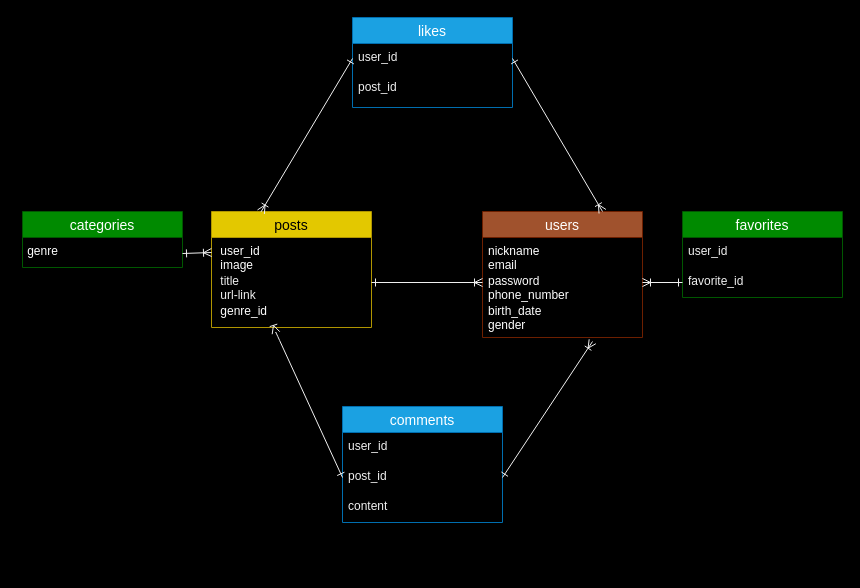
This is ER.dio from k-en7188i/original-app1, a draw.io file, before an edit. Source tidied: cells renumbered, new cells numbered last; positions are measured from the earlier drawing's top-left corner, leaving out a move shared by most shapes. Both pictures are drawn from the tidied source at 100%, with x=0, y=0 at pixel (17, 17).
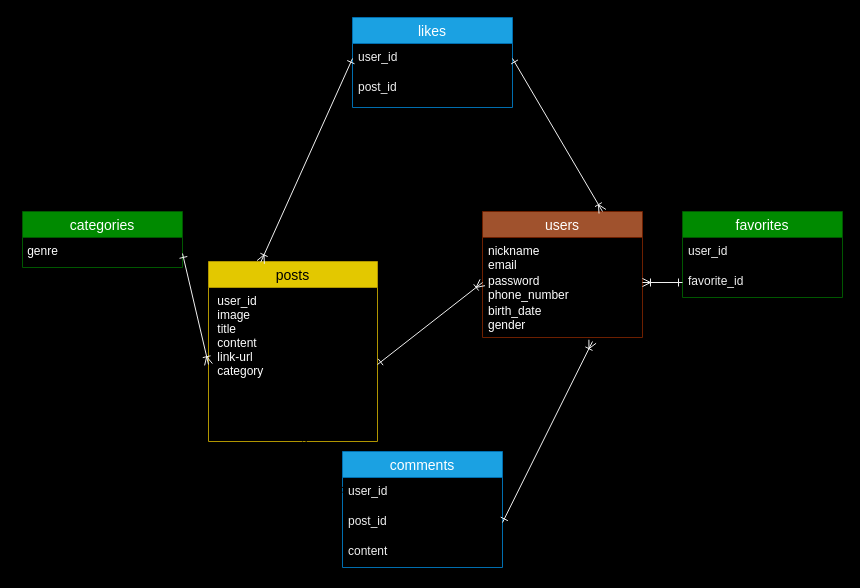
After the change.

The change refers to these unchanged cells:
```xml
<mxCell id="8" value="post_id" style="text;strokeColor=none;fillColor=none;spacingLeft=4;spacingRight=4;overflow=hidden;points=[[0,0.5],[1,0.5]];portConstraint=eastwest;fontSize=12;fontColor=#F0F0F0;" parent="6" vertex="1">
  <mxGeometry y="56" width="160" height="30" as="geometry" />
</mxCell>
<mxCell id="15" value="password&#10;phone_number&#10;" style="text;strokeColor=none;fillColor=none;spacingLeft=4;spacingRight=4;overflow=hidden;points=[[0,0.5],[1,0.5]];portConstraint=eastwest;fontSize=12;fontColor=#FFFFFF;" parent="13" vertex="1">
  <mxGeometry y="56" width="160" height="30" as="geometry" />
</mxCell>
```

The edit, as a diff of the source:
```diff
@@
     <mxCell id="2" value="posts" style="swimlane;fontStyle=0;horizontal=1;startSize=26;align=center;fontSize=14;fillColor=#e3c800;fontColor=#000000;strokeColor=#B09500;" parent="1" vertex="1">
-      <mxGeometry x="194" y="194" width="160" height="116" as="geometry" />
+      <mxGeometry x="191" y="244" width="169" height="180" as="geometry" />
     </mxCell>
-    <mxCell id="3" value=" user_id&#10; image&#10;    &#10;  " style="text;strokeColor=none;fillColor=none;spacingLeft=4;spacingRight=4;overflow=hidden;points=[[0,0.5],[1,0.5]];portConstraint=eastwest;fontSize=12;fontColor=#FFFFFF;" parent="2" vertex="1">
-      <mxGeometry y="26" width="160" height="30" as="geometry" />
+    <mxCell id="3" value=" user_id&#10; image&#10; title &#10; content&#10; link-url&#10; category  &#10;  " style="text;strokeColor=none;fillColor=none;spacingLeft=4;spacingRight=4;overflow=hidden;points=[[0,0.5],[1,0.5]];portConstraint=eastwest;fontSize=12;fontColor=#FFFFFF;" parent="2" vertex="1">
+      <mxGeometry y="26" width="169" height="154" as="geometry" />
     </mxCell>
-    <mxCell id="4" value=" title&#10; url-link&#10;  &#10;&#10;" style="text;strokeColor=none;fillColor=none;spacingLeft=4;spacingRight=4;overflow=hidden;points=[[0,0.5],[1,0.5]];portConstraint=eastwest;fontSize=12;fontColor=#F0F0F0;" parent="2" vertex="1">
-      <mxGeometry y="56" width="160" height="30" as="geometry" />
-    </mxCell>
-    <mxCell id="5" value=" genre_id" style="text;strokeColor=none;fillColor=none;spacingLeft=4;spacingRight=4;overflow=hidden;points=[[0,0.5],[1,0.5]];portConstraint=eastwest;fontSize=12;fontColor=#FFFFFF;whiteSpace=wrap;" parent="2" vertex="1">
-      <mxGeometry y="86" width="160" height="30" as="geometry" />
-    </mxCell>
     <mxCell id="6" value="comments" style="swimlane;fontStyle=0;horizontal=1;startSize=26;align=center;fontSize=14;fillColor=#1ba1e2;fontColor=#ffffff;strokeColor=#006EAF;" parent="1" vertex="1">
-      <mxGeometry x="325" y="389" width="160" height="116" as="geometry" />
+      <mxGeometry x="325" y="434" width="160" height="116" as="geometry" />
     </mxCell>
@@
-    <mxCell id="24" style="edgeStyle=none;html=1;exitX=1;exitY=0.5;exitDx=0;exitDy=0;entryX=0;entryY=0.5;entryDx=0;entryDy=0;startArrow=ERone;startFill=0;endArrow=ERoneToMany;endFill=0;strokeColor=#F0F0F0;" parent="1" edge="1" source="4" target="15">
+    <mxCell id="24" style="edgeStyle=none;html=1;exitX=1;exitY=0.5;exitDx=0;exitDy=0;entryX=0;entryY=0.5;entryDx=0;entryDy=0;startArrow=ERone;startFill=0;endArrow=ERoneToMany;endFill=0;strokeColor=#F0F0F0;" parent="1" edge="1" source="3" target="15">
       <mxGeometry relative="1" as="geometry" />
     </mxCell>
-    <mxCell id="25" style="edgeStyle=none;html=1;exitX=0;exitY=0.5;exitDx=0;exitDy=0;entryX=0.403;entryY=1.182;entryDx=0;entryDy=0;entryPerimeter=0;startArrow=ERone;startFill=0;endArrow=ERoneToMany;endFill=0;strokeColor=#F0F0F0;" parent="1" edge="1" source="8" target="5">
-      <mxGeometry relative="1" as="geometry">
-        <Array as="points">
-          <mxPoint x="258" y="314" />
-        </Array>
-      </mxGeometry>
-    </mxCell>
@@
+    <mxCell id="29" style="edgeStyle=none;html=1;endArrow=ERmany;endFill=0;startArrow=ERone;startFill=0;" parent="1" edge="1">
+      <mxGeometry relative="1" as="geometry">
+        <mxPoint x="325" y="475" as="sourcePoint" />
+        <mxPoint x="285" y="424" as="targetPoint" />
+      </mxGeometry>
+    </mxCell>
```
